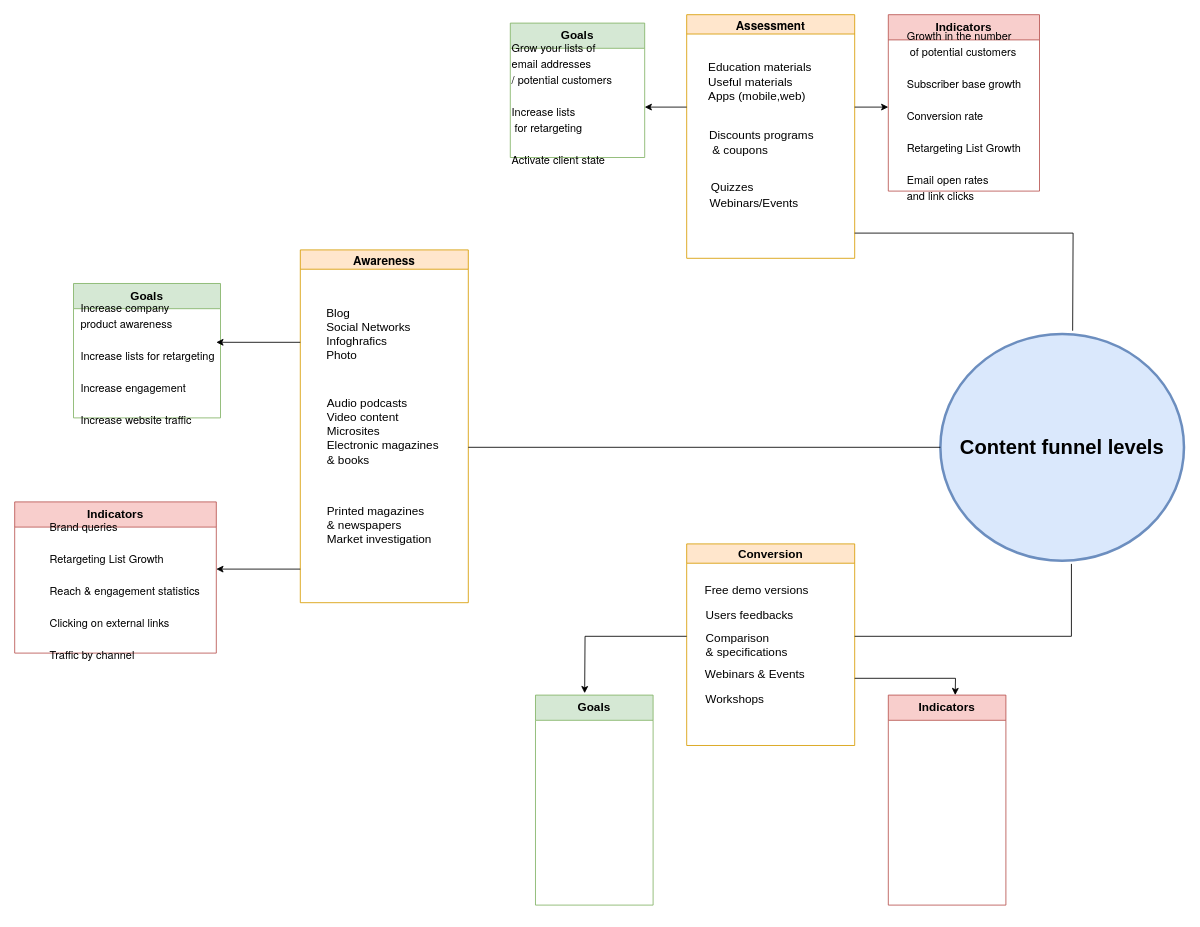
annastazi09/blog keeps this draw.io diagram as Content  marketing diagram.drawio. Above is the earlier version. Source tidied: cells renumbered, new cells numbered last; positions are measured from the earlier drawing's top-left corner, leaving out a move shared by most shapes. Both pictures are drawn from the tidied source at 84%, with x=0, y=0 at pixel (14, 14).
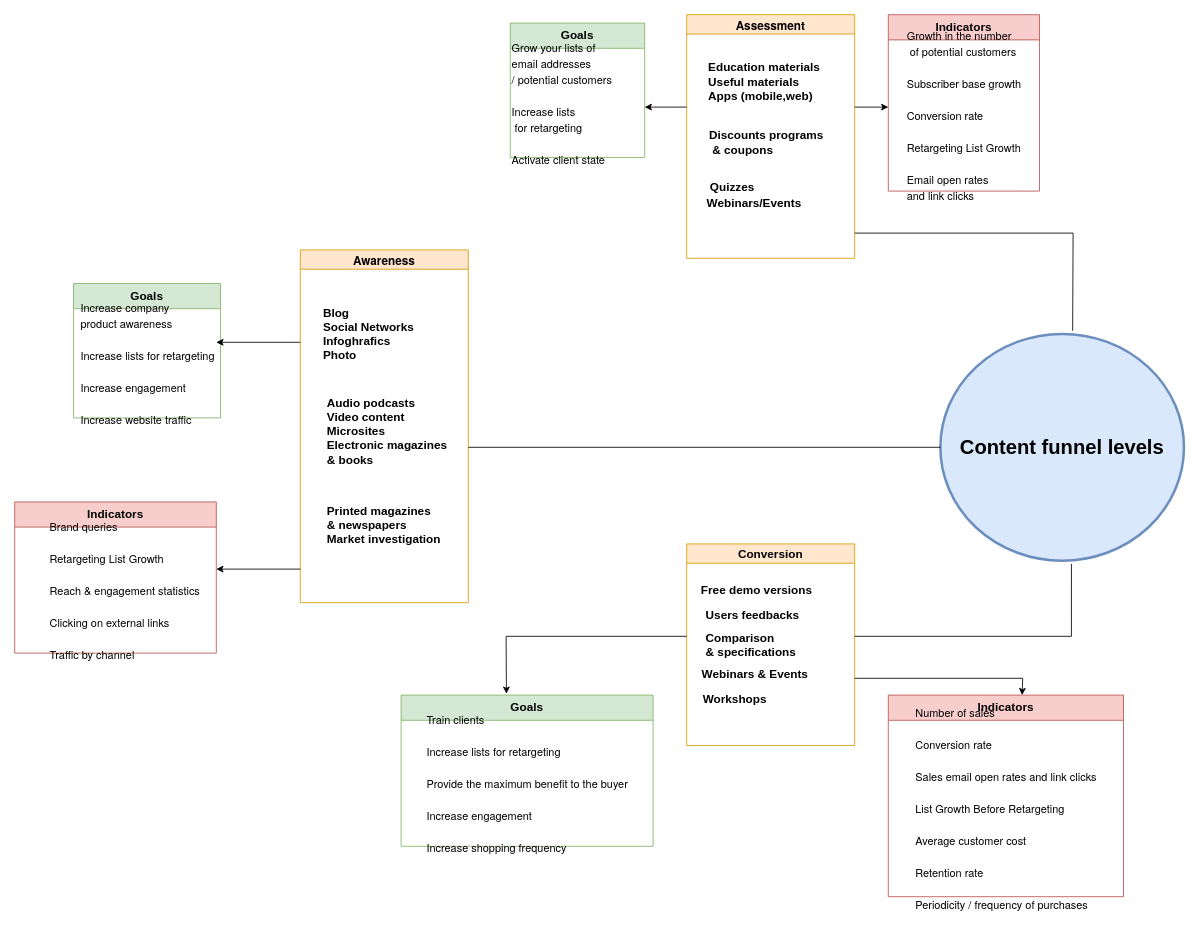
The same page after the edit.

The change refers to these unchanged cells:
```xml
<mxCell id="2" value="&lt;p style=&quot;margin: 0px; font-variant-numeric: normal; font-variant-east-asian: normal; font-stretch: normal; line-height: normal; font-family: &amp;quot;Helvetica Neue&amp;quot;; text-align: start;&quot; class=&quot;p1&quot;&gt;&lt;font style=&quot;font-size: 14px;&quot;&gt;Assessment&lt;/font&gt;&lt;/p&gt;" style="swimlane;whiteSpace=wrap;html=1;fillColor=#ffe6cc;strokeColor=#d79b00;" parent="1" vertex="1">
  <mxGeometry x="800" width="200" height="290" as="geometry" />
</mxCell>
<mxCell id="7" value="&lt;font style=&quot;font-size: 14px;&quot;&gt;Conversion&lt;/font&gt;" style="swimlane;whiteSpace=wrap;html=1;fillColor=#ffe6cc;strokeColor=#d79b00;" parent="1" vertex="1">
  <mxGeometry x="800" y="630" width="200" height="240" as="geometry" />
</mxCell>
<mxCell id="13" value="&lt;p style=&quot;margin: 0px; font-variant-numeric: normal; font-variant-east-asian: normal; font-stretch: normal; line-height: normal; font-family: &amp;quot;Helvetica Neue&amp;quot;; text-align: start;&quot; class=&quot;p1&quot;&gt;&lt;font style=&quot;font-size: 14px;&quot;&gt;Awareness&lt;/font&gt;&lt;/p&gt;" style="swimlane;whiteSpace=wrap;html=1;fillColor=#ffe6cc;strokeColor=#d79b00;" parent="1" vertex="1">
  <mxGeometry x="340" y="280" width="200" height="420" as="geometry" />
</mxCell>
```

Diff of the diagram source:
```diff
@@
-    <mxCell id="3" value="&lt;font style=&quot;font-size: 14px;&quot;&gt;Education materials&lt;br&gt;Useful materials&lt;br&gt;Apps (mobile,web)&lt;br&gt;&lt;br&gt;&lt;br&gt;&lt;br&gt;&lt;/font&gt;" style="text;html=1;align=left;verticalAlign=middle;strokeColor=none;fillColor=none;" parent="2" vertex="1">
-      <mxGeometry x="24" y="50" width="150" height="110" as="geometry" />
+    <mxCell id="3" value="&lt;font style=&quot;font-size: 14px;&quot;&gt;&lt;b&gt;Education materials&lt;br&gt;Useful materials&lt;br&gt;Apps (mobile,web)&lt;br&gt;&lt;br&gt;&lt;br&gt;&lt;/b&gt;&lt;br&gt;&lt;/font&gt;" style="text;html=1;align=left;verticalAlign=middle;strokeColor=none;fillColor=none;" parent="2" vertex="1">
+      <mxGeometry x="24" y="50" width="160" height="110" as="geometry" />
     </mxCell>
-    <mxCell id="4" value="Discounts programs&lt;br&gt;&amp;nbsp;&amp;amp; coupons" style="text;html=1;align=left;verticalAlign=middle;strokeColor=none;fillColor=none;fontSize=14;" parent="2" vertex="1">
-      <mxGeometry x="25" y="127" width="150" height="50" as="geometry" />
+    <mxCell id="4" value="&lt;b&gt;Discounts programs&lt;br&gt;&amp;nbsp;&amp;amp; coupons&lt;/b&gt;" style="text;html=1;align=left;verticalAlign=middle;strokeColor=none;fillColor=none;fontSize=14;" parent="2" vertex="1">
+      <mxGeometry x="25" y="127" width="160" height="50" as="geometry" />
     </mxCell>
-    <mxCell id="5" value="Quizzes" style="text;html=1;align=center;verticalAlign=middle;strokeColor=none;fillColor=none;fontSize=14;" parent="2" vertex="1">
-      <mxGeometry x="19" y="190" width="70" height="30" as="geometry" />
+    <mxCell id="5" value="&lt;b&gt;Quizzes&lt;/b&gt;" style="text;html=1;align=center;verticalAlign=middle;strokeColor=none;fillColor=none;fontSize=14;" parent="2" vertex="1">
+      <mxGeometry x="14" y="190" width="80" height="30" as="geometry" />
     </mxCell>
-    <mxCell id="6" value="Webinars/Events" style="text;html=1;align=center;verticalAlign=middle;strokeColor=none;fillColor=none;fontSize=14;" parent="2" vertex="1">
-      <mxGeometry x="15" y="209" width="130" height="30" as="geometry" />
+    <mxCell id="6" value="&lt;b&gt;Webinars/Events&lt;/b&gt;" style="text;html=1;align=center;verticalAlign=middle;strokeColor=none;fillColor=none;fontSize=14;" parent="2" vertex="1">
+      <mxGeometry x="10" y="209" width="140" height="30" as="geometry" />
     </mxCell>
@@
-    <mxCell id="8" value="&lt;font style=&quot;font-size: 14px;&quot;&gt;Free demo versions&lt;/font&gt;" style="text;html=1;align=center;verticalAlign=middle;strokeColor=none;fillColor=none;fontSize=14;" parent="7" vertex="1">
-      <mxGeometry x="8" y="40" width="150" height="30" as="geometry" />
+    <mxCell id="8" value="&lt;font style=&quot;font-size: 14px;&quot;&gt;&lt;b&gt;Free demo versions&lt;/b&gt;&lt;/font&gt;" style="text;html=1;align=center;verticalAlign=middle;strokeColor=none;fillColor=none;fontSize=14;" parent="7" vertex="1">
+      <mxGeometry x="3" y="40" width="160" height="30" as="geometry" />
     </mxCell>
-    <mxCell id="9" value="Users feedbacks" style="text;html=1;align=left;verticalAlign=middle;strokeColor=none;fillColor=none;fontSize=14;" parent="7" vertex="1">
+    <mxCell id="9" value="&lt;b&gt;Users feedbacks&lt;/b&gt;" style="text;html=1;align=left;verticalAlign=middle;strokeColor=none;fillColor=none;fontSize=14;" parent="7" vertex="1">
       <mxGeometry x="21" y="70" width="130" height="30" as="geometry" />
     </mxCell>
-    <mxCell id="10" value="Comparison&amp;nbsp;&lt;br&gt;&amp;amp; specifications" style="text;html=1;align=left;verticalAlign=middle;strokeColor=none;fillColor=none;fontSize=14;" parent="7" vertex="1">
-      <mxGeometry x="21" y="95" width="120" height="50" as="geometry" />
+    <mxCell id="10" value="&lt;b&gt;Comparison&amp;nbsp;&lt;br&gt;&amp;amp; specifications&lt;/b&gt;" style="text;html=1;align=left;verticalAlign=middle;strokeColor=none;fillColor=none;fontSize=14;" parent="7" vertex="1">
+      <mxGeometry x="21" y="95" width="130" height="50" as="geometry" />
     </mxCell>
-    <mxCell id="11" value="Webinars &amp;amp; Events" style="text;html=1;align=center;verticalAlign=middle;strokeColor=none;fillColor=none;fontSize=14;" parent="7" vertex="1">
-      <mxGeometry x="11" y="140" width="140" height="30" as="geometry" />
+    <mxCell id="11" value="&lt;b&gt;Webinars &amp;amp; Events&lt;/b&gt;" style="text;html=1;align=center;verticalAlign=middle;strokeColor=none;fillColor=none;fontSize=14;" parent="7" vertex="1">
+      <mxGeometry x="6" y="140" width="150" height="30" as="geometry" />
     </mxCell>
-    <mxCell id="12" value="Workshops" style="text;html=1;align=center;verticalAlign=middle;strokeColor=none;fillColor=none;fontSize=14;strokeWidth=3;" parent="7" vertex="1">
-      <mxGeometry x="12" y="170" width="90" height="30" as="geometry" />
+    <mxCell id="12" value="&lt;b&gt;Workshops&lt;/b&gt;" style="text;html=1;align=center;verticalAlign=middle;strokeColor=none;fillColor=none;fontSize=14;strokeWidth=3;" parent="7" vertex="1">
+      <mxGeometry x="7" y="170" width="100" height="30" as="geometry" />
     </mxCell>
@@
-    <mxCell id="14" value="&lt;div style=&quot;text-align: left;&quot;&gt;&lt;span style=&quot;background-color: initial;&quot;&gt;Blog&lt;/span&gt;&lt;/div&gt;&lt;font style=&quot;font-size: 14px;&quot;&gt;&lt;div style=&quot;text-align: left;&quot;&gt;&lt;span style=&quot;background-color: initial;&quot;&gt;Social Networks&lt;/span&gt;&lt;/div&gt;&lt;div style=&quot;text-align: left;&quot;&gt;&lt;font style=&quot;background-color: initial;&quot;&gt;Infoghrafic&lt;/font&gt;&lt;span style=&quot;background-color: initial;&quot;&gt;s&lt;/span&gt;&lt;/div&gt;&lt;div style=&quot;text-align: left;&quot;&gt;&lt;span style=&quot;background-color: initial;&quot;&gt;Photo&lt;/span&gt;&lt;/div&gt;&lt;/font&gt;" style="text;html=1;align=center;verticalAlign=middle;strokeColor=none;fillColor=none;fontSize=14;" parent="13" vertex="1">
-      <mxGeometry x="21" y="60" width="120" height="80" as="geometry" />
+    <mxCell id="14" value="&lt;div style=&quot;text-align: left;&quot;&gt;&lt;span style=&quot;background-color: initial;&quot;&gt;&lt;b&gt;Blog&lt;/b&gt;&lt;/span&gt;&lt;/div&gt;&lt;font style=&quot;font-size: 14px;&quot;&gt;&lt;b&gt;&lt;div style=&quot;text-align: left;&quot;&gt;&lt;span style=&quot;background-color: initial;&quot;&gt;Social Networks&lt;/span&gt;&lt;/div&gt;&lt;div style=&quot;text-align: left;&quot;&gt;&lt;font style=&quot;background-color: initial;&quot;&gt;Infoghrafic&lt;/font&gt;&lt;span style=&quot;background-color: initial;&quot;&gt;s&lt;/span&gt;&lt;/div&gt;&lt;div style=&quot;text-align: left;&quot;&gt;&lt;span style=&quot;background-color: initial;&quot;&gt;Photo&lt;/span&gt;&lt;/div&gt;&lt;/b&gt;&lt;/font&gt;" style="text;html=1;align=center;verticalAlign=middle;strokeColor=none;fillColor=none;fontSize=14;" parent="13" vertex="1">
+      <mxGeometry x="16" y="60" width="130" height="80" as="geometry" />
     </mxCell>
-    <mxCell id="15" value="Audio podcasts&lt;br&gt;Video content&lt;br&gt;Microsites&lt;br&gt;Electronic magazines &lt;br&gt;&amp;amp; books" style="text;html=1;align=left;verticalAlign=middle;strokeColor=none;fillColor=none;fontSize=14;" parent="13" vertex="1">
-      <mxGeometry x="30" y="166" width="160" height="100" as="geometry" />
+    <mxCell id="15" value="&lt;b&gt;Audio podcasts&lt;br&gt;Video content&lt;br&gt;Microsites&lt;br&gt;Electronic magazines &lt;br&gt;&amp;amp; books&lt;/b&gt;" style="text;html=1;align=left;verticalAlign=middle;strokeColor=none;fillColor=none;fontSize=14;" parent="13" vertex="1">
+      <mxGeometry x="30" y="166" width="170" height="100" as="geometry" />
     </mxCell>
-    <mxCell id="16" value="Printed magazines&amp;nbsp;&lt;br&gt;&amp;amp; newspapers&lt;br&gt;Market investigation" style="text;html=1;align=left;verticalAlign=middle;strokeColor=none;fillColor=none;fontSize=14;strokeWidth=1;" parent="13" vertex="1">
-      <mxGeometry x="30" y="298" width="150" height="60" as="geometry" />
+    <mxCell id="16" value="&lt;b&gt;Printed magazines&amp;nbsp;&lt;br&gt;&amp;amp; newspapers&lt;br&gt;Market investigation&lt;/b&gt;" style="text;html=1;align=left;verticalAlign=middle;strokeColor=none;fillColor=none;fontSize=14;strokeWidth=1;" parent="13" vertex="1">
+      <mxGeometry x="30" y="298" width="160" height="60" as="geometry" />
     </mxCell>
@@
     <mxCell id="27" value="&lt;b&gt;Goals&lt;/b&gt;" style="swimlane;fontStyle=0;horizontal=1;startSize=30;whiteSpace=wrap;html=1;strokeWidth=1;fontSize=14;fillColor=#d5e8d4;strokeColor=#82b366;" parent="1" vertex="1">
-      <mxGeometry x="620" y="810" width="140" height="250" as="geometry" />
+      <mxGeometry x="460" y="810" width="300" height="180" as="geometry" />
     </mxCell>
+    <mxCell id="37" value="&lt;p style=&quot;margin: 0px; font-variant-numeric: normal; font-variant-east-asian: normal; font-stretch: normal; font-size: 13px; line-height: normal; font-family: &amp;quot;Helvetica Neue&amp;quot;; text-align: start;&quot; class=&quot;p1&quot;&gt;Train clients&lt;/p&gt;&lt;p style=&quot;margin: 0px; font-variant-numeric: normal; font-variant-east-asian: normal; font-stretch: normal; font-size: 13px; line-height: normal; font-family: &amp;quot;Helvetica Neue&amp;quot;; min-height: 15px; text-align: start;&quot; class=&quot;p2&quot;&gt;&lt;br&gt;&lt;/p&gt;&lt;p style=&quot;margin: 0px; font-variant-numeric: normal; font-variant-east-asian: normal; font-stretch: normal; font-size: 13px; line-height: normal; font-family: &amp;quot;Helvetica Neue&amp;quot;; text-align: start;&quot; class=&quot;p1&quot;&gt;Increase lists for retargeting&lt;/p&gt;&lt;p style=&quot;margin: 0px; font-variant-numeric: normal; font-variant-east-asian: normal; font-stretch: normal; font-size: 13px; line-height: normal; font-family: &amp;quot;Helvetica Neue&amp;quot;; min-height: 15px; text-align: start;&quot; class=&quot;p2&quot;&gt;&lt;br&gt;&lt;/p&gt;&lt;p style=&quot;margin: 0px; font-variant-numeric: normal; font-variant-east-asian: normal; font-stretch: normal; font-size: 13px; line-height: normal; font-family: &amp;quot;Helvetica Neue&amp;quot;; text-align: start;&quot; class=&quot;p1&quot;&gt;Provide the maximum benefit to the buyer&lt;/p&gt;&lt;p style=&quot;margin: 0px; font-variant-numeric: normal; font-variant-east-asian: normal; font-stretch: normal; font-size: 13px; line-height: normal; font-family: &amp;quot;Helvetica Neue&amp;quot;; min-height: 15px; text-align: start;&quot; class=&quot;p2&quot;&gt;&lt;br&gt;&lt;/p&gt;&lt;p style=&quot;margin: 0px; font-variant-numeric: normal; font-variant-east-asian: normal; font-stretch: normal; font-size: 13px; line-height: normal; font-family: &amp;quot;Helvetica Neue&amp;quot;; text-align: start;&quot; class=&quot;p1&quot;&gt;Increase engagement&lt;/p&gt;&lt;p style=&quot;margin: 0px; font-variant-numeric: normal; font-variant-east-asian: normal; font-stretch: normal; font-size: 13px; line-height: normal; font-family: &amp;quot;Helvetica Neue&amp;quot;; min-height: 15px; text-align: start;&quot; class=&quot;p2&quot;&gt;&lt;br&gt;&lt;/p&gt;&lt;p style=&quot;margin: 0px; font-variant-numeric: normal; font-variant-east-asian: normal; font-stretch: normal; font-size: 13px; line-height: normal; font-family: &amp;quot;Helvetica Neue&amp;quot;; text-align: start;&quot; class=&quot;p1&quot;&gt;Increase shopping frequency&lt;/p&gt;" style="text;html=1;align=center;verticalAlign=middle;strokeColor=none;fillColor=none;fontSize=24;" parent="27" vertex="1">
+      <mxGeometry y="30" width="300" height="150" as="geometry" />
+    </mxCell>
     <mxCell id="28" value="&lt;b&gt;Indicators&lt;/b&gt;" style="swimlane;fontStyle=0;horizontal=1;startSize=30;whiteSpace=wrap;html=1;strokeWidth=1;fontSize=14;fillColor=#f8cecc;strokeColor=#b85450;" parent="1" vertex="1">
-      <mxGeometry x="1040" y="810" width="140" height="250" as="geometry" />
+      <mxGeometry x="1040" y="810" width="280" height="240" as="geometry" />
     </mxCell>
+    <mxCell id="38" value="&lt;p style=&quot;margin: 0px; font-variant-numeric: normal; font-variant-east-asian: normal; font-stretch: normal; font-size: 13px; line-height: normal; font-family: &amp;quot;Helvetica Neue&amp;quot;; text-align: start;&quot; class=&quot;p1&quot;&gt;Number of sales&lt;/p&gt;&lt;p style=&quot;margin: 0px; font-variant-numeric: normal; font-variant-east-asian: normal; font-stretch: normal; font-size: 13px; line-height: normal; font-family: &amp;quot;Helvetica Neue&amp;quot;; min-height: 15px; text-align: start;&quot; class=&quot;p2&quot;&gt;&lt;br&gt;&lt;/p&gt;&lt;p style=&quot;margin: 0px; font-variant-numeric: normal; font-variant-east-asian: normal; font-stretch: normal; font-size: 13px; line-height: normal; font-family: &amp;quot;Helvetica Neue&amp;quot;; text-align: start;&quot; class=&quot;p1&quot;&gt;Conversion rate&lt;/p&gt;&lt;p style=&quot;margin: 0px; font-variant-numeric: normal; font-variant-east-asian: normal; font-stretch: normal; font-size: 13px; line-height: normal; font-family: &amp;quot;Helvetica Neue&amp;quot;; min-height: 15px; text-align: start;&quot; class=&quot;p2&quot;&gt;&lt;br&gt;&lt;/p&gt;&lt;p style=&quot;margin: 0px; font-variant-numeric: normal; font-variant-east-asian: normal; font-stretch: normal; font-size: 13px; line-height: normal; font-family: &amp;quot;Helvetica Neue&amp;quot;; text-align: start;&quot; class=&quot;p1&quot;&gt;Sales email open rates and link clicks&lt;/p&gt;&lt;p style=&quot;margin: 0px; font-variant-numeric: normal; font-variant-east-asian: normal; font-stretch: normal; font-size: 13px; line-height: normal; font-family: &amp;quot;Helvetica Neue&amp;quot;; min-height: 15px; text-align: start;&quot; class=&quot;p2&quot;&gt;&lt;br&gt;&lt;/p&gt;&lt;p style=&quot;margin: 0px; font-variant-numeric: normal; font-variant-east-asian: normal; font-stretch: normal; font-size: 13px; line-height: normal; font-family: &amp;quot;Helvetica Neue&amp;quot;; text-align: start;&quot; class=&quot;p1&quot;&gt;List Growth Before Retargeting&lt;/p&gt;&lt;p style=&quot;margin: 0px; font-variant-numeric: normal; font-variant-east-asian: normal; font-stretch: normal; font-size: 13px; line-height: normal; font-family: &amp;quot;Helvetica Neue&amp;quot;; min-height: 15px; text-align: start;&quot; class=&quot;p2&quot;&gt;&lt;br&gt;&lt;/p&gt;&lt;p style=&quot;margin: 0px; font-variant-numeric: normal; font-variant-east-asian: normal; font-stretch: normal; font-size: 13px; line-height: normal; font-family: &amp;quot;Helvetica Neue&amp;quot;; text-align: start;&quot; class=&quot;p1&quot;&gt;Average customer cost&lt;/p&gt;&lt;p style=&quot;margin: 0px; font-variant-numeric: normal; font-variant-east-asian: normal; font-stretch: normal; font-size: 13px; line-height: normal; font-family: &amp;quot;Helvetica Neue&amp;quot;; min-height: 15px; text-align: start;&quot; class=&quot;p2&quot;&gt;&lt;br&gt;&lt;/p&gt;&lt;p style=&quot;margin: 0px; font-variant-numeric: normal; font-variant-east-asian: normal; font-stretch: normal; font-size: 13px; line-height: normal; font-family: &amp;quot;Helvetica Neue&amp;quot;; text-align: start;&quot; class=&quot;p1&quot;&gt;Retention rate&lt;/p&gt;&lt;p style=&quot;margin: 0px; font-variant-numeric: normal; font-variant-east-asian: normal; font-stretch: normal; font-size: 13px; line-height: normal; font-family: &amp;quot;Helvetica Neue&amp;quot;; min-height: 15px; text-align: start;&quot; class=&quot;p2&quot;&gt;&lt;br&gt;&lt;/p&gt;&lt;p style=&quot;margin: 0px; font-variant-numeric: normal; font-variant-east-asian: normal; font-stretch: normal; font-size: 13px; line-height: normal; font-family: &amp;quot;Helvetica Neue&amp;quot;; text-align: start;&quot; class=&quot;p1&quot;&gt;Periodicity / frequency of purchases&lt;/p&gt;" style="text;html=1;align=center;verticalAlign=middle;strokeColor=none;fillColor=none;fontSize=24;" parent="28" vertex="1">
+      <mxGeometry y="30" width="280" height="210" as="geometry" />
+    </mxCell>
     <mxCell id="29" style="endArrow=classic;html=1;rounded=0;fontSize=14;entryX=0.418;entryY=-0.009;entryDx=0;entryDy=0;entryPerimeter=0;" parent="1" edge="1" target="27">
       <mxGeometry relative="1" as="geometry">
         <mxPoint x="800" y="740" as="sourcePoint" />
         <Array as="points">
-          <mxPoint x="679" y="740" />
+          <mxPoint x="585" y="740" />
         </Array>
       </mxGeometry>
     </mxCell>
     <mxCell id="30" style="endArrow=classic;html=1;rounded=0;fontSize=14;entryX=0.569;entryY=0;entryDx=0;entryDy=0;entryPerimeter=0;" parent="1" edge="1" target="28">
       <mxGeometry relative="1" as="geometry">
         <mxPoint x="1000" y="790" as="sourcePoint" />
         <Array as="points">
-          <mxPoint x="1120" y="790" />
+          <mxPoint x="1200" y="790" />
         </Array>
       </mxGeometry>
     </mxCell>
```
